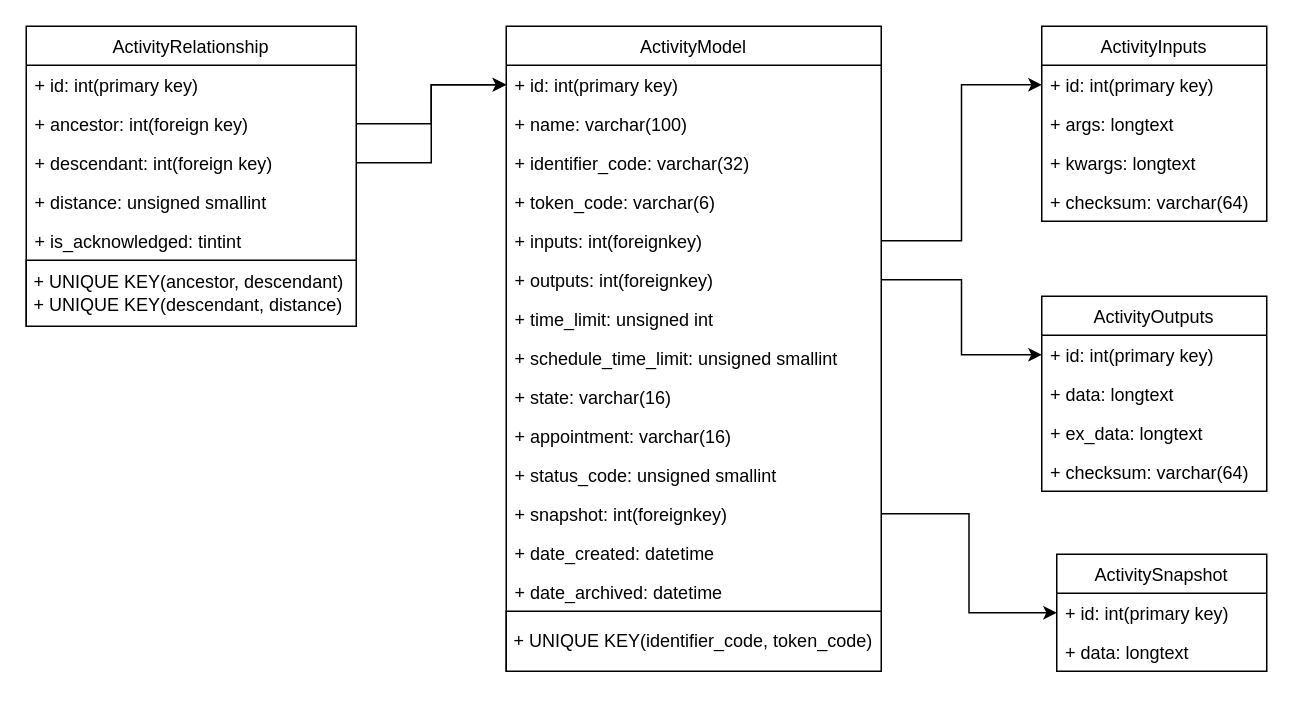
This is page "Page-1" (1 of 2) of Untitled Diagram.drawio from sveinchen/diagrams, a draw.io file, before an edit. Source tidied: cells renumbered, new cells numbered last; positions are measured from the earlier drawing's top-left corner, leaving out a move shared by most shapes. Both pictures are drawn from the tidied source at 150%, with x=0, y=0 at pixel (26, 26).
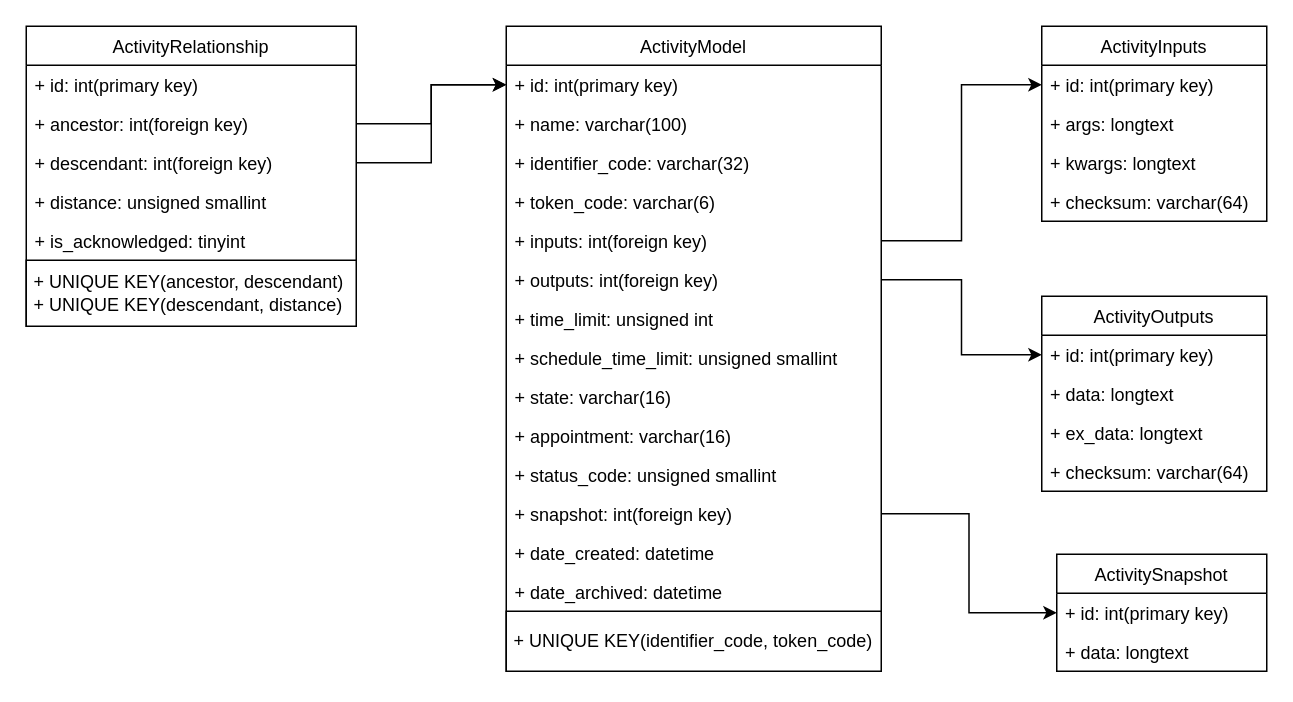
Above is the later version.

Unchanged cells that the change refers to:
```xml
<mxCell id="7" value="ActivityModel" style="swimlane;fontStyle=0;horizontal=1;startSize=26;fillColor=none;" parent="1" vertex="1">
  <mxGeometry x="320" width="250" height="430" as="geometry" />
</mxCell>
<mxCell id="36" value="ActivityRelationship" style="swimlane;fontStyle=0;horizontal=1;startSize=26;fillColor=none;" parent="1" vertex="1">
  <mxGeometry width="220" height="200" as="geometry" />
</mxCell>
```

The edit, as a diff of the source:
```diff
@@
-    <mxCell id="12" value="+ inputs: int(foreignkey)" style="text;strokeColor=none;fillColor=none;align=left;verticalAlign=top;spacingLeft=4;spacingRight=4;overflow=hidden;points=[[0,0.5],[1,0.5]];portConstraint=eastwest;" parent="7" vertex="1">
+    <mxCell id="12" value="+ inputs: int(foreign key)" style="text;strokeColor=none;fillColor=none;align=left;verticalAlign=top;spacingLeft=4;spacingRight=4;overflow=hidden;points=[[0,0.5],[1,0.5]];portConstraint=eastwest;" parent="7" vertex="1">
       <mxGeometry y="130" width="250" height="26" as="geometry" />
     </mxCell>
-    <mxCell id="13" value="+ outputs: int(foreignkey)" style="text;strokeColor=none;fillColor=none;align=left;verticalAlign=top;spacingLeft=4;spacingRight=4;overflow=hidden;points=[[0,0.5],[1,0.5]];portConstraint=eastwest;" parent="7" vertex="1">
+    <mxCell id="13" value="+ outputs: int(foreign key)" style="text;strokeColor=none;fillColor=none;align=left;verticalAlign=top;spacingLeft=4;spacingRight=4;overflow=hidden;points=[[0,0.5],[1,0.5]];portConstraint=eastwest;" parent="7" vertex="1">
       <mxGeometry y="156" width="250" height="26" as="geometry" />
     </mxCell>
@@
-    <mxCell id="19" value="+ snapshot: int(foreignkey)" style="text;strokeColor=none;fillColor=none;align=left;verticalAlign=top;spacingLeft=4;spacingRight=4;overflow=hidden;points=[[0,0.5],[1,0.5]];portConstraint=eastwest;" parent="7" vertex="1">
+    <mxCell id="19" value="+ snapshot: int(foreign key)" style="text;strokeColor=none;fillColor=none;align=left;verticalAlign=top;spacingLeft=4;spacingRight=4;overflow=hidden;points=[[0,0.5],[1,0.5]];portConstraint=eastwest;" parent="7" vertex="1">
       <mxGeometry y="312" width="250" height="26" as="geometry" />
     </mxCell>
@@
-    <mxCell id="41" value="+ is_acknowledged: tintint" style="text;strokeColor=none;fillColor=none;align=left;verticalAlign=top;spacingLeft=4;spacingRight=4;overflow=hidden;" parent="36" vertex="1">
+    <mxCell id="41" value="+ is_acknowledged: tinyint" style="text;strokeColor=none;fillColor=none;align=left;verticalAlign=top;spacingLeft=4;spacingRight=4;overflow=hidden;" parent="36" vertex="1">
       <mxGeometry y="130" width="220" height="26" as="geometry" />
     </mxCell>
```
